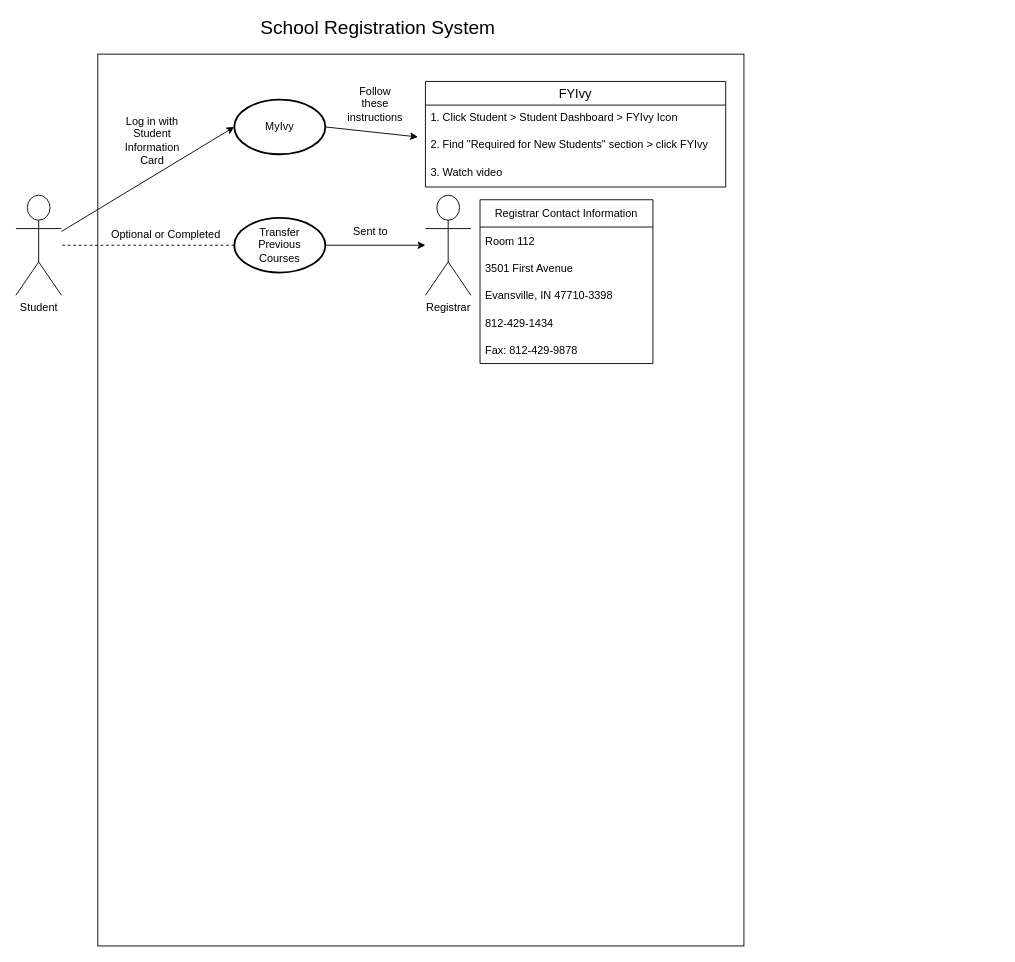
The draw.io diagram DAILY_JUSTIN_M03DB.drawio in TheJMan56/hello-world, before the edit. Source tidied: cells renumbered, new cells numbered last; positions are measured from the earlier drawing's top-left corner, leaving out a move shared by most shapes. Both pictures are drawn from the tidied source at 91%, with x=0, y=0 at pixel (15, 17).
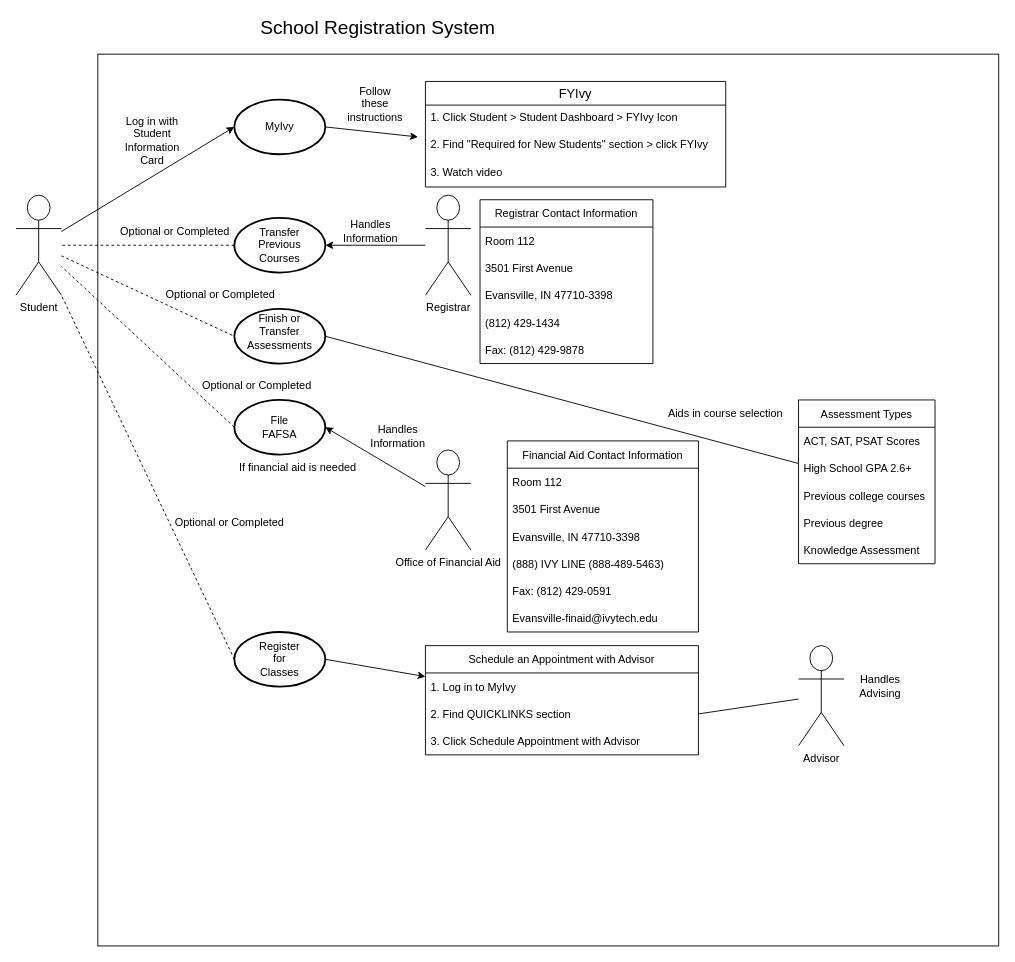
The same diagram, later.

Unchanged cells that the change refers to:
```xml
<mxCell id="3" value="Student" style="shape=umlActor;verticalLabelPosition=bottom;labelBackgroundColor=#ffffff;verticalAlign=top;html=1;outlineConnect=0;" parent="1" vertex="1">
  <mxGeometry y="195" width="50" height="110" as="geometry" />
</mxCell>
<mxCell id="4" value="Registrar" style="shape=umlActor;verticalLabelPosition=bottom;labelBackgroundColor=#ffffff;verticalAlign=top;html=1;outlineConnect=0;" parent="1" vertex="1">
  <mxGeometry x="450" y="195" width="50" height="110" as="geometry" />
</mxCell>
<mxCell id="16" style="strokeWidth=2;html=1;shape=mxgraph.flowchart.start_1;whiteSpace=wrap;" parent="1" vertex="1">
  <mxGeometry x="240" y="220" width="100" height="60" as="geometry" />
</mxCell>
<mxCell id="22" value="Registrar Contact Information" style="swimlane;fontStyle=0;horizontal=1;startSize=30;" parent="1" vertex="1">
  <mxGeometry x="510" y="200" width="190" height="180" as="geometry" />
</mxCell>
```

Diff of the diagram source:
```diff
@@
     <mxCell id="2" style="rounded=0;whiteSpace=wrap;html=1;" parent="1" vertex="1">
-      <mxGeometry x="90" y="40" width="710" height="980" as="geometry" />
+      <mxGeometry x="90" y="40" width="990" height="980" as="geometry" />
     </mxCell>
@@
     <mxCell id="19" value="Optional or Completed" style="text;html=1;strokeColor=none;fillColor=none;align=center;verticalAlign=middle;whiteSpace=wrap;rounded=0;" parent="1" vertex="1">
-      <mxGeometry x="100" y="224" width="130" height="30" as="geometry" />
+      <mxGeometry x="160" y="290" width="130" height="30" as="geometry" />
     </mxCell>
-    <mxCell id="20" style="endArrow=classic;html=1;rounded=0;exitX=1;exitY=0.5;exitDx=0;exitDy=0;exitPerimeter=0;" parent="1" edge="1" source="16" target="4">
+    <mxCell id="20" style="endArrow=classic;html=1;rounded=0;entryX=1;entryY=0.5;entryDx=0;entryDy=0;entryPerimeter=0;" parent="1" edge="1" source="4" target="16">
       <mxGeometry relative="1" as="geometry" />
     </mxCell>
-    <mxCell id="21" value="Sent to" style="text;html=1;strokeColor=none;fillColor=none;align=center;verticalAlign=middle;whiteSpace=wrap;rounded=0;" parent="1" vertex="1">
+    <mxCell id="21" value="Handles Information" style="text;html=1;strokeColor=none;fillColor=none;align=center;verticalAlign=middle;whiteSpace=wrap;rounded=0;" parent="1" vertex="1">
       <mxGeometry x="360" y="220" width="60" height="30" as="geometry" />
     </mxCell>
@@
-    <mxCell id="26" value="812-429-1434" style="text;strokeColor=none;fillColor=none;align=left;verticalAlign=middle;spacingLeft=4;spacingRight=4;overflow=hidden;" parent="22" vertex="1">
+    <mxCell id="26" value="(812) 429-1434" style="text;strokeColor=none;fillColor=none;align=left;verticalAlign=middle;spacingLeft=4;spacingRight=4;overflow=hidden;" parent="22" vertex="1">
       <mxGeometry y="120" width="190" height="30" as="geometry" />
     </mxCell>
-    <mxCell id="27" value="Fax: 812-429-9878" style="text;strokeColor=none;fillColor=none;align=left;verticalAlign=middle;spacingLeft=4;spacingRight=4;overflow=hidden;" parent="22" vertex="1">
+    <mxCell id="27" value="Fax: (812) 429-9878" style="text;strokeColor=none;fillColor=none;align=left;verticalAlign=middle;spacingLeft=4;spacingRight=4;overflow=hidden;" parent="22" vertex="1">
       <mxGeometry y="150" width="190" height="30" as="geometry" />
     </mxCell>
+    <mxCell id="28" style="endArrow=none;dashed=1;html=1;rounded=0;entryX=0;entryY=0.5;entryDx=0;entryDy=0;entryPerimeter=0;" parent="1" edge="1" source="3" target="29">
+      <mxGeometry relative="1" as="geometry" />
+    </mxCell>
+    <mxCell id="29" style="strokeWidth=2;html=1;shape=mxgraph.flowchart.start_1;whiteSpace=wrap;" parent="1" vertex="1">
+      <mxGeometry x="240" y="320" width="100" height="60" as="geometry" />
+    </mxCell>
+    <mxCell id="30" value="Finish or Transfer Assessments" style="text;html=1;strokeColor=none;fillColor=none;align=center;verticalAlign=middle;whiteSpace=wrap;rounded=0;" parent="1" vertex="1">
+      <mxGeometry x="260" y="330" width="60" height="30" as="geometry" />
+    </mxCell>
+    <mxCell id="31" value="Assessment Types" style="swimlane;fontStyle=0;horizontal=1;startSize=30;" parent="1" vertex="1">
+      <mxGeometry x="860" y="420" width="150" height="180" as="geometry" />
+    </mxCell>
+    <mxCell id="32" value="ACT, SAT, PSAT Scores" style="text;strokeColor=none;fillColor=none;align=left;verticalAlign=middle;spacingLeft=4;spacingRight=4;overflow=hidden;" parent="31" vertex="1">
+      <mxGeometry y="30" width="150" height="30" as="geometry" />
+    </mxCell>
+    <mxCell id="33" value="High School GPA 2.6+" style="text;strokeColor=none;fillColor=none;align=left;verticalAlign=middle;spacingLeft=4;spacingRight=4;overflow=hidden;" parent="31" vertex="1">
+      <mxGeometry y="60" width="150" height="30" as="geometry" />
+    </mxCell>
+    <mxCell id="34" value="Previous college courses " style="text;strokeColor=none;fillColor=none;align=left;verticalAlign=middle;spacingLeft=4;spacingRight=4;overflow=hidden;" parent="31" vertex="1">
+      <mxGeometry y="90" width="150" height="30" as="geometry" />
+    </mxCell>
+    <mxCell id="35" value="Previous degree" style="text;strokeColor=none;fillColor=none;align=left;verticalAlign=middle;spacingLeft=4;spacingRight=4;overflow=hidden;" parent="31" vertex="1">
+      <mxGeometry y="120" width="150" height="30" as="geometry" />
+    </mxCell>
+    <mxCell id="36" value="Knowledge Assessment" style="text;strokeColor=none;fillColor=none;align=left;verticalAlign=middle;spacingLeft=4;spacingRight=4;overflow=hidden;" parent="31" vertex="1">
+      <mxGeometry y="150" width="150" height="30" as="geometry" />
+    </mxCell>
+    <mxCell id="37" style="endArrow=none;html=1;rounded=0;entryX=1;entryY=0.5;entryDx=0;entryDy=0;entryPerimeter=0;" parent="1" edge="1" source="31" target="29">
+      <mxGeometry relative="1" as="geometry" />
+    </mxCell>
+    <mxCell id="38" value="Aids in course selection" style="text;html=1;strokeColor=none;fillColor=none;align=center;verticalAlign=middle;whiteSpace=wrap;rounded=0;" parent="1" vertex="1">
+      <mxGeometry x="700" y="420" width="160" height="30" as="geometry" />
+    </mxCell>
+    <mxCell id="39" style="strokeWidth=2;html=1;shape=mxgraph.flowchart.start_1;whiteSpace=wrap;" parent="1" vertex="1">
+      <mxGeometry x="240" y="420" width="100" height="60" as="geometry" />
+    </mxCell>
+    <mxCell id="40" value="File FAFSA" style="text;html=1;strokeColor=none;fillColor=none;align=center;verticalAlign=middle;whiteSpace=wrap;rounded=0;" parent="1" vertex="1">
+      <mxGeometry x="260" y="435" width="60" height="30" as="geometry" />
+    </mxCell>
+    <mxCell id="41" style="endArrow=none;dashed=1;html=1;rounded=0;exitX=0;exitY=0.5;exitDx=0;exitDy=0;exitPerimeter=0;" parent="1" edge="1" source="39" target="3">
+      <mxGeometry relative="1" as="geometry" />
+    </mxCell>
+    <mxCell id="42" value="Office of Financial Aid" style="shape=umlActor;verticalLabelPosition=bottom;labelBackgroundColor=#ffffff;verticalAlign=top;html=1;outlineConnect=0;" parent="1" vertex="1">
+      <mxGeometry x="450" y="475" width="50" height="110" as="geometry" />
+    </mxCell>
+    <mxCell id="43" style="endArrow=classic;html=1;rounded=0;entryX=1;entryY=0.5;entryDx=0;entryDy=0;entryPerimeter=0;" parent="1" edge="1" source="42" target="39">
+      <mxGeometry relative="1" as="geometry" />
+    </mxCell>
+    <mxCell id="44" value="Handles Information" style="text;html=1;strokeColor=none;fillColor=none;align=center;verticalAlign=middle;whiteSpace=wrap;rounded=0;" parent="1" vertex="1">
+      <mxGeometry x="390" y="445" width="60" height="30" as="geometry" />
+    </mxCell>
+    <mxCell id="45" value="Financial Aid Contact Information" style="swimlane;fontStyle=0;horizontal=1;startSize=30;" parent="1" vertex="1">
+      <mxGeometry x="540" y="465" width="210" height="210" as="geometry" />
+    </mxCell>
+    <mxCell id="46" value="Room 112" style="text;strokeColor=none;fillColor=none;align=left;verticalAlign=middle;spacingLeft=4;spacingRight=4;overflow=hidden;" parent="45" vertex="1">
+      <mxGeometry y="30" width="210" height="30" as="geometry" />
+    </mxCell>
+    <mxCell id="47" value="3501 First Avenue" style="text;strokeColor=none;fillColor=none;align=left;verticalAlign=middle;spacingLeft=4;spacingRight=4;overflow=hidden;" parent="45" vertex="1">
+      <mxGeometry y="60" width="210" height="30" as="geometry" />
+    </mxCell>
+    <mxCell id="48" value="Evansville, IN 47710-3398" style="text;strokeColor=none;fillColor=none;align=left;verticalAlign=middle;spacingLeft=4;spacingRight=4;overflow=hidden;" parent="45" vertex="1">
+      <mxGeometry y="90" width="210" height="30" as="geometry" />
+    </mxCell>
+    <mxCell id="49" value="(888) IVY LINE (888-489-5463)" style="text;strokeColor=none;fillColor=none;align=left;verticalAlign=middle;spacingLeft=4;spacingRight=4;overflow=hidden;" parent="45" vertex="1">
+      <mxGeometry y="120" width="210" height="30" as="geometry" />
+    </mxCell>
+    <mxCell id="50" value="Fax: (812) 429-0591" style="text;strokeColor=none;fillColor=none;align=left;verticalAlign=middle;spacingLeft=4;spacingRight=4;overflow=hidden;" parent="45" vertex="1">
+      <mxGeometry y="150" width="210" height="30" as="geometry" />
+    </mxCell>
+    <mxCell id="51" value="Evansville-finaid@ivytech.edu" style="text;strokeColor=none;fillColor=none;align=left;verticalAlign=middle;spacingLeft=4;spacingRight=4;overflow=hidden;" parent="45" vertex="1">
+      <mxGeometry y="180" width="210" height="30" as="geometry" />
+    </mxCell>
+    <mxCell id="52" value="Optional or Completed" style="text;html=1;strokeColor=none;fillColor=none;align=center;verticalAlign=middle;whiteSpace=wrap;rounded=0;" parent="1" vertex="1">
+      <mxGeometry x="110" y="220" width="130" height="30" as="geometry" />
+    </mxCell>
+    <mxCell id="53" value="Optional or Completed" style="text;html=1;strokeColor=none;fillColor=none;align=center;verticalAlign=middle;whiteSpace=wrap;rounded=0;" parent="1" vertex="1">
+      <mxGeometry x="200" y="390" width="130" height="30" as="geometry" />
+    </mxCell>
+    <mxCell id="54" value="If financial aid is needed" style="text;html=1;strokeColor=none;fillColor=none;align=center;verticalAlign=middle;whiteSpace=wrap;rounded=0;" parent="1" vertex="1">
+      <mxGeometry x="240" y="480" width="140" height="30" as="geometry" />
+    </mxCell>
+    <mxCell id="55" style="strokeWidth=2;html=1;shape=mxgraph.flowchart.start_1;whiteSpace=wrap;" parent="1" vertex="1">
+      <mxGeometry x="240" y="675" width="100" height="60" as="geometry" />
+    </mxCell>
+    <mxCell id="56" value="Register for Classes" style="text;html=1;strokeColor=none;fillColor=none;align=center;verticalAlign=middle;whiteSpace=wrap;rounded=0;" parent="1" vertex="1">
+      <mxGeometry x="260" y="690" width="60" height="30" as="geometry" />
+    </mxCell>
+    <mxCell id="57" style="endArrow=none;dashed=1;html=1;rounded=0;entryX=1;entryY=1;entryDx=0;entryDy=0;entryPerimeter=0;exitX=0;exitY=0.5;exitDx=0;exitDy=0;exitPerimeter=0;" parent="1" edge="1" source="55" target="3">
+      <mxGeometry relative="1" as="geometry" />
+    </mxCell>
+    <mxCell id="58" value="Optional or Completed" style="text;html=1;strokeColor=none;fillColor=none;align=center;verticalAlign=middle;whiteSpace=wrap;rounded=0;" parent="1" vertex="1">
+      <mxGeometry x="170" y="540" width="130" height="30" as="geometry" />
+    </mxCell>
+    <mxCell id="59" style="endArrow=classic;html=1;rounded=0;exitX=1;exitY=0.5;exitDx=0;exitDy=0;exitPerimeter=0;" parent="1" edge="1" source="55" target="60">
+      <mxGeometry relative="1" as="geometry" />
+    </mxCell>
+    <mxCell id="60" value="Schedule an Appointment with Advisor" style="swimlane;fontStyle=0;horizontal=1;startSize=30;" parent="1" vertex="1">
+      <mxGeometry x="450" y="690" width="300" height="120" as="geometry" />
+    </mxCell>
+    <mxCell id="61" value="1. Log in to MyIvy" style="text;strokeColor=none;fillColor=none;align=left;verticalAlign=middle;spacingLeft=4;spacingRight=4;overflow=hidden;" parent="60" vertex="1">
+      <mxGeometry y="30" width="300" height="30" as="geometry" />
+    </mxCell>
+    <mxCell id="62" value="2. Find QUICKLINKS section" style="text;strokeColor=none;fillColor=none;align=left;verticalAlign=middle;spacingLeft=4;spacingRight=4;overflow=hidden;points=[[0,0.5],[1,0.5]];portConstraint=eastwest;" parent="60" vertex="1">
+      <mxGeometry y="60" width="300" height="30" as="geometry" />
+    </mxCell>
+    <mxCell id="63" value="3. Click Schedule Appointment with Advisor" style="text;strokeColor=none;fillColor=none;align=left;verticalAlign=middle;spacingLeft=4;spacingRight=4;overflow=hidden;" parent="60" vertex="1">
+      <mxGeometry y="90" width="300" height="30" as="geometry" />
+    </mxCell>
+    <mxCell id="64" value="Advisor" style="shape=umlActor;verticalLabelPosition=bottom;labelBackgroundColor=#ffffff;verticalAlign=top;html=1;outlineConnect=0;" parent="1" vertex="1">
+      <mxGeometry x="860" y="690" width="50" height="110" as="geometry" />
+    </mxCell>
+    <mxCell id="65" style="endArrow=none;html=1;rounded=0;entryX=1;entryY=0.5;entryDx=0;entryDy=0;" parent="1" edge="1" source="64" target="62">
+      <mxGeometry relative="1" as="geometry" />
+    </mxCell>
+    <mxCell id="66" value="Handles Advising" style="text;html=1;strokeColor=none;fillColor=none;align=center;verticalAlign=middle;whiteSpace=wrap;rounded=0;" parent="1" vertex="1">
+      <mxGeometry x="920" y="720" width="60" height="30" as="geometry" />
+    </mxCell>
```
